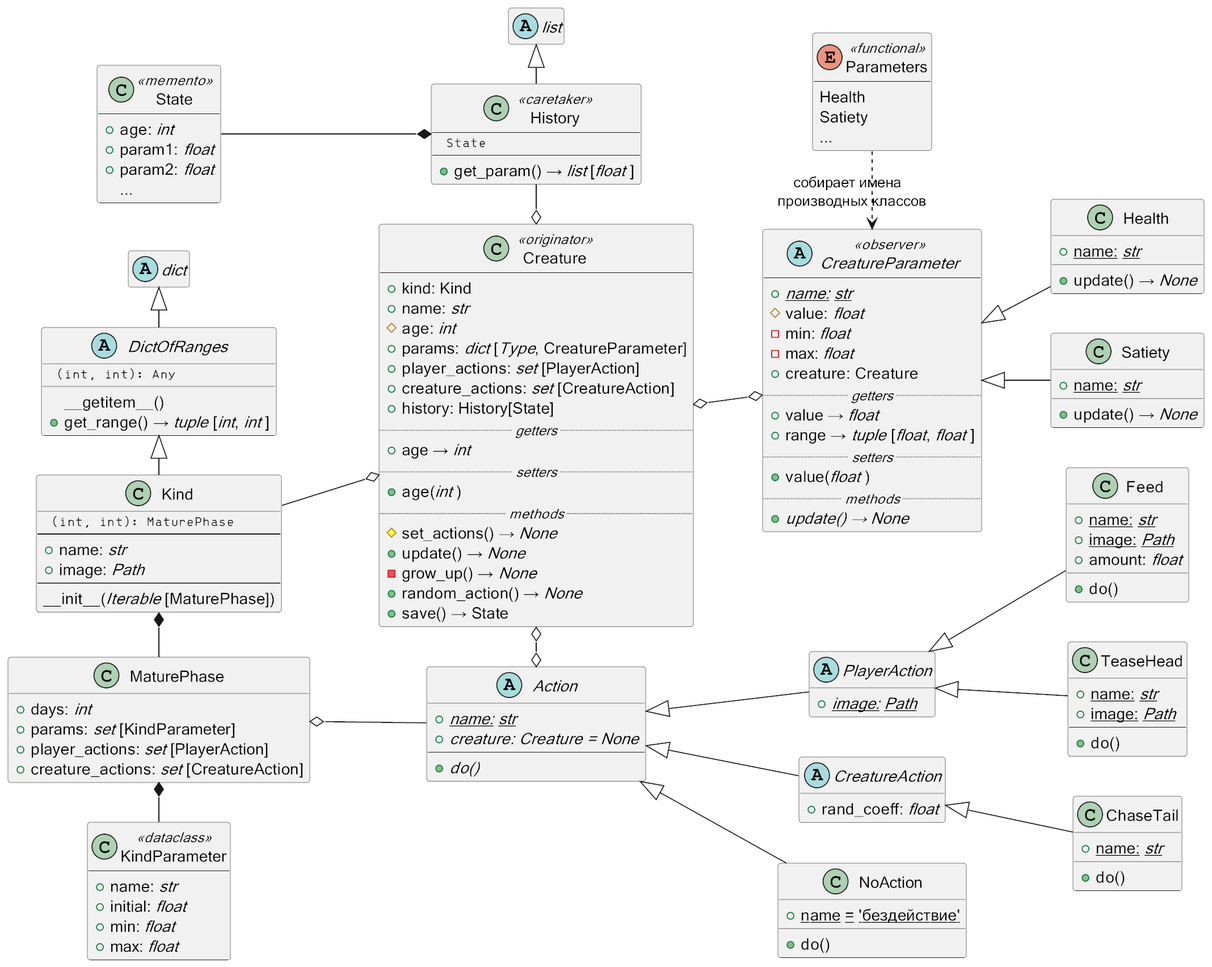
This is doc/.raster/model.png from TOP-Python328/_reference_project2, a PlantUML export, as it was before one commit. Its source is kept beside it as doc/model.puml.
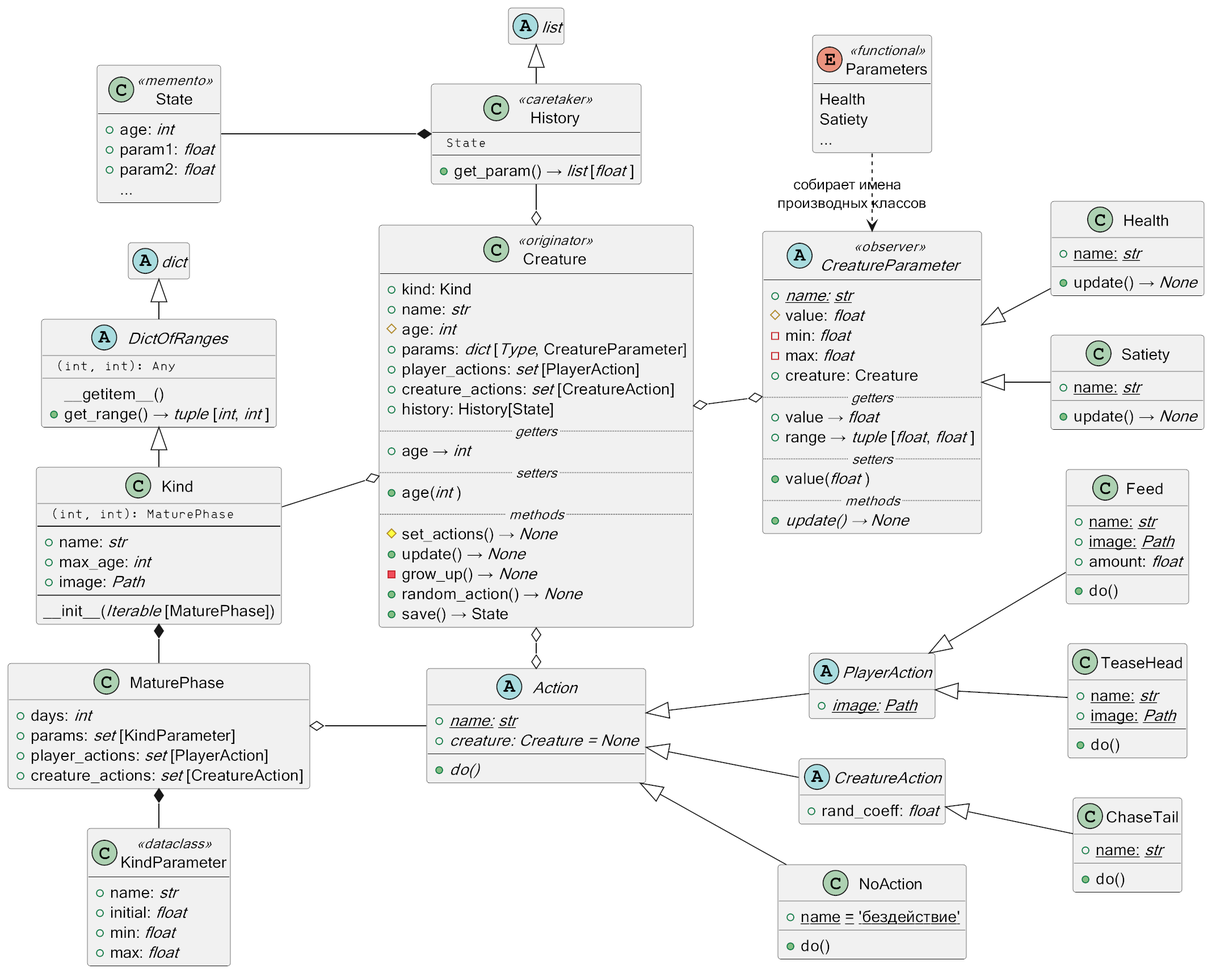
After the commit.

Change to the diagram source:
```diff
@@ -29,6 +29,7 @@
     {field}<font size=12><font "Brass Mono"> (int, int): MaturePhase </font>
     --
     +name: <i>str</i>
+    +max_age: <i>int</i>
     +image: <i>Path</i>
     --
     __init__(<i>Iterable</i> [MaturePhase])
```
